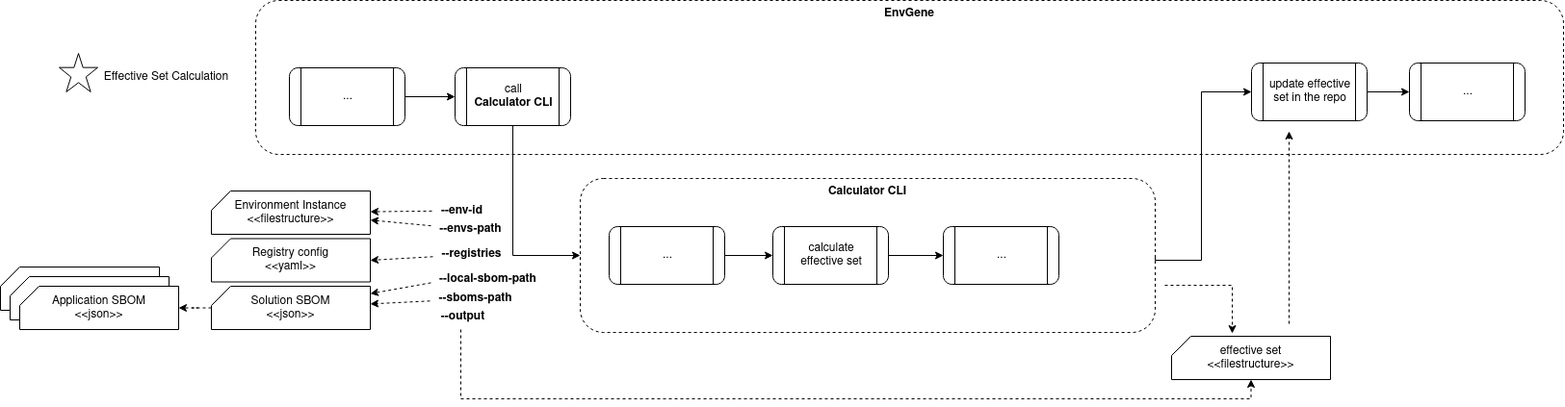
Before: docs/images/effective-set-calculation.png, a diagram exported from draw.io (popoveugene/qubership-envgene). Source tidied: cells renumbered, new cells last; positions are measured from the earlier drawing's top-left corner, leaving out a move shared by most shapes.
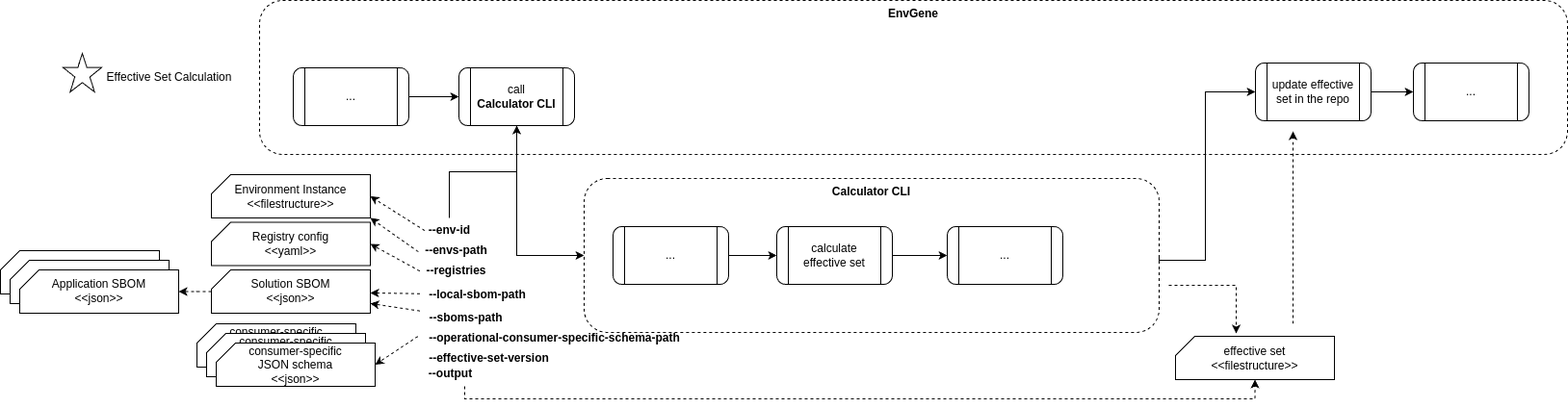
The same diagram one commit later.

Change to the diagram source:
```diff
@@ -24,7 +24,7 @@
       </mxGeometry>
     </mxCell>
     <mxCell id="7" value="&lt;div&gt;Registry config&lt;/div&gt;&lt;div&gt;&amp;lt;&amp;lt;yaml&amp;gt;&amp;gt;&lt;br&gt;&lt;/div&gt;" style="shape=card;whiteSpace=wrap;html=1;size=20;" parent="1" vertex="1">
-      <mxGeometry x="219" y="247.5" width="165" height="45" as="geometry" />
+      <mxGeometry x="215" y="230.5" width="165" height="45" as="geometry" />
     </mxCell>
     <mxCell id="8" style="edgeStyle=orthogonalEdgeStyle;rounded=0;jettySize=auto;html=1;exitX=0.5;exitY=1;exitDx=0;exitDy=0;entryX=0;entryY=0.5;entryDx=0;entryDy=0;" parent="1" edge="1" source="9" target="3">
       <mxGeometry relative="1" as="geometry" />
@@ -39,7 +39,7 @@
       <mxGeometry x="300" y="70" width="120" height="60" as="geometry" />
     </mxCell>
     <mxCell id="12" value="&lt;b&gt;--output&lt;/b&gt;" style="text;html=1;align=center;verticalAlign=middle;points=[];strokeColor=none;fillColor=none;" parent="1" vertex="1">
-      <mxGeometry x="448" y="316" width="63" height="26" as="geometry" />
+      <mxGeometry x="431.5" y="375" width="63" height="26" as="geometry" />
     </mxCell>
     <mxCell id="13" style="edgeStyle=orthogonalEdgeStyle;rounded=0;jettySize=auto;html=1;" parent="1" edge="1" source="14" target="23">
       <mxGeometry relative="1" as="geometry" />
@@ -53,49 +53,52 @@
     <mxCell id="16" style="verticalLabelPosition=bottom;verticalAlign=top;html=1;shape=mxgraph.basic.star;" parent="1" vertex="1">
       <mxGeometry x="61" y="55" width="40" height="40" as="geometry" />
     </mxCell>
-    <mxCell id="17" style="rounded=0;jettySize=auto;html=1;dashed=1;" parent="1" edge="1" source="18" target="24">
+    <mxCell id="17" style="rounded=0;jettySize=auto;html=1;dashed=1;exitX=0.081;exitY=0.506;exitDx=0;exitDy=0;exitPerimeter=0;entryX=1;entryY=0.5;entryDx=0;entryDy=0;entryPerimeter=0;" parent="1" edge="1" source="18" target="24">
       <mxGeometry relative="1" as="geometry" />
     </mxCell>
+    <mxCell id="41" style="edgeStyle=orthogonalEdgeStyle;rounded=0;jettySize=auto;html=1;" parent="1" edge="1" source="18" target="9">
+      <mxGeometry relative="1" as="geometry" />
+    </mxCell>
     <mxCell id="18" value="&lt;b&gt;--env-id&lt;/b&gt;" style="text;html=1;align=center;verticalAlign=middle;points=[];strokeColor=none;fillColor=none;" parent="1" vertex="1">
-      <mxGeometry x="448" y="205.5" width="61" height="26" as="geometry" />
+      <mxGeometry x="431.5" y="226" width="61" height="26" as="geometry" />
     </mxCell>
     <mxCell id="19" value="&lt;b&gt;--envs-path&lt;/b&gt;" style="text;html=1;align=center;verticalAlign=middle;points=[];strokeColor=none;fillColor=none;" parent="1" vertex="1">
-      <mxGeometry x="447" y="225" width="82" height="26" as="geometry" />
+      <mxGeometry x="428" y="247.2" width="82" height="26" as="geometry" />
     </mxCell>
     <mxCell id="20" value="&lt;b&gt;--local-sbom-path&lt;/b&gt;" style="text;html=1;align=center;verticalAlign=middle;points=[];strokeColor=none;fillColor=none;" parent="1" vertex="1">
-      <mxGeometry x="446" y="277" width="119" height="26" as="geometry" />
+      <mxGeometry x="431.5" y="292.8" width="119" height="26" as="geometry" />
     </mxCell>
-    <mxCell id="21" style="rounded=0;jettySize=auto;html=1;dashed=1;" parent="1" edge="1" source="19" target="24">
+    <mxCell id="21" style="rounded=0;jettySize=auto;html=1;dashed=1;exitX=0.022;exitY=0.535;exitDx=0;exitDy=0;exitPerimeter=0;entryX=1;entryY=1;entryDx=0;entryDy=0;entryPerimeter=0;" parent="1" edge="1" source="19" target="24">
       <mxGeometry relative="1" as="geometry" />
     </mxCell>
     <mxCell id="22" value="&lt;b&gt;--registries&lt;/b&gt;" style="text;html=1;align=center;verticalAlign=middle;points=[];strokeColor=none;fillColor=none;" parent="1" vertex="1">
-      <mxGeometry x="449" y="251" width="80" height="26" as="geometry" />
+      <mxGeometry x="429" y="267.8" width="80" height="26" as="geometry" />
     </mxCell>
     <mxCell id="23" value="..." style="rounded=1;whiteSpace=wrap;html=1;shape=process;backgroundOutline=1;" parent="1" vertex="1">
       <mxGeometry x="1463" y="65" width="120" height="60" as="geometry" />
     </mxCell>
     <mxCell id="24" value="&lt;div&gt;Environment Instance&lt;/div&gt;&lt;div&gt;&amp;lt;&amp;lt;filestructure&amp;gt;&amp;gt;&lt;br&gt;&lt;/div&gt;" style="shape=card;whiteSpace=wrap;html=1;size=20;" parent="1" vertex="1">
-      <mxGeometry x="219" y="198" width="165" height="45" as="geometry" />
+      <mxGeometry x="215" y="181" width="165" height="45" as="geometry" />
     </mxCell>
     <mxCell id="25" style="edgeStyle=orthogonalEdgeStyle;rounded=0;jettySize=auto;html=1;dashed=1;" parent="1" edge="1" source="26" target="29">
       <mxGeometry relative="1" as="geometry" />
     </mxCell>
     <mxCell id="26" value="&lt;div&gt;Solution SBOM&lt;/div&gt;&lt;div&gt;&amp;lt;&amp;lt;json&amp;gt;&amp;gt;&lt;br&gt;&lt;/div&gt;" style="shape=card;whiteSpace=wrap;html=1;size=20;" parent="1" vertex="1">
-      <mxGeometry x="219" y="297" width="165" height="45" as="geometry" />
+      <mxGeometry x="215" y="280" width="165" height="45" as="geometry" />
     </mxCell>
     <mxCell id="27" value="&amp;lt;&amp;lt;Application SBOM&amp;gt;&amp;gt;" style="shape=card;whiteSpace=wrap;html=1;size=20;" parent="1" vertex="1">
-      <mxGeometry y="277" width="165" height="45" as="geometry" />
+      <mxGeometry x="-4" y="260" width="165" height="45" as="geometry" />
     </mxCell>
     <mxCell id="28" value="&amp;lt;&amp;lt;Application SBOM&amp;gt;&amp;gt;" style="shape=card;whiteSpace=wrap;html=1;size=20;" parent="1" vertex="1">
-      <mxGeometry x="10" y="287" width="165" height="45" as="geometry" />
+      <mxGeometry x="6" y="270" width="165" height="45" as="geometry" />
     </mxCell>
     <mxCell id="29" value="&lt;div&gt;Application SBOM&lt;/div&gt;&lt;div&gt;&amp;lt;&amp;lt;json&amp;gt;&amp;gt;&lt;br&gt;&lt;/div&gt;" style="shape=card;whiteSpace=wrap;html=1;size=20;" parent="1" vertex="1">
-      <mxGeometry x="20" y="297" width="165" height="45" as="geometry" />
+      <mxGeometry x="16" y="280" width="165" height="45" as="geometry" />
     </mxCell>
-    <mxCell id="30" style="rounded=0;jettySize=auto;html=1;entryX=1;entryY=0.5;entryDx=0;entryDy=0;entryPerimeter=0;dashed=1;" parent="1" edge="1" source="22" target="7">
+    <mxCell id="30" style="rounded=0;jettySize=auto;html=1;entryX=1;entryY=0.5;entryDx=0;entryDy=0;entryPerimeter=0;dashed=1;exitX=0.029;exitY=0.518;exitDx=0;exitDy=0;exitPerimeter=0;" parent="1" edge="1" source="22" target="7">
       <mxGeometry relative="1" as="geometry" />
     </mxCell>
-    <mxCell id="31" style="rounded=0;jettySize=auto;html=1;dashed=1;exitX=0.008;exitY=0.631;exitDx=0;exitDy=0;exitPerimeter=0;" parent="1" edge="1" source="20" target="26">
+    <mxCell id="31" style="rounded=0;jettySize=auto;html=1;dashed=1;" parent="1" edge="1" source="20" target="26">
       <mxGeometry relative="1" as="geometry" />
     </mxCell>
     <mxCell id="32" value="..." style="rounded=1;whiteSpace=wrap;html=1;shape=process;backgroundOutline=1;" parent="1" vertex="1">
@@ -134,10 +137,28 @@
       </mxGeometry>
     </mxCell>
     <mxCell id="39" value="&lt;b&gt;--sboms-path&lt;/b&gt;" style="text;html=1;align=center;verticalAlign=middle;points=[];strokeColor=none;fillColor=none;" parent="1" vertex="1">
-      <mxGeometry x="446" y="297" width="94" height="26" as="geometry" />
+      <mxGeometry x="431.5" y="316.8" width="94" height="26" as="geometry" />
     </mxCell>
     <mxCell id="40" style="rounded=0;jettySize=auto;html=1;dashed=1;" parent="1" edge="1" source="39" target="26">
       <mxGeometry relative="1" as="geometry" />
     </mxCell>
+    <mxCell id="42" value="&lt;code&gt;&lt;b&gt;&lt;font face=&quot;Helvetica&quot;&gt;--effective-set-version&lt;/font&gt;&lt;/b&gt;&lt;/code&gt;" style="text;html=1;align=center;verticalAlign=middle;strokeColor=none;fillColor=none;" parent="1" vertex="1">
+      <mxGeometry x="431.5" y="358.5" width="143" height="26" as="geometry" />
+    </mxCell>
+    <mxCell id="43" value="&lt;code&gt;&lt;b&gt;&lt;font face=&quot;Helvetica&quot;&gt;--operational-consumer-specific-schema-path&lt;/font&gt;&lt;/b&gt;&lt;/code&gt;" style="text;html=1;align=center;verticalAlign=middle;points=[];strokeColor=none;fillColor=none;" parent="1" vertex="1">
+      <mxGeometry x="431.5" y="337.8" width="279" height="26" as="geometry" />
+    </mxCell>
+    <mxCell id="44" value="&lt;div&gt;&lt;span style=&quot;background-color: transparent; color: light-dark(rgb(0, 0, 0), rgb(255, 255, 255));&quot;&gt;сonsumer-specific&lt;/span&gt;&lt;/div&gt;&lt;div&gt;&lt;span style=&quot;background-color: transparent; color: light-dark(rgb(0, 0, 0), rgb(255, 255, 255));&quot;&gt;JSON schema&lt;/span&gt;&lt;/div&gt;&lt;div&gt;&lt;span style=&quot;background-color: transparent; color: light-dark(rgb(0, 0, 0), rgb(255, 255, 255));&quot;&gt;&amp;lt;&amp;lt;json&amp;gt;&amp;gt;&lt;/span&gt;&lt;/div&gt;" style="shape=card;whiteSpace=wrap;html=1;size=20;" parent="1" vertex="1">
+      <mxGeometry x="200" y="336" width="165" height="45" as="geometry" />
+    </mxCell>
+    <mxCell id="45" value="&lt;div&gt;&lt;span style=&quot;background-color: transparent; color: light-dark(rgb(0, 0, 0), rgb(255, 255, 255));&quot;&gt;сonsumer-specific&lt;/span&gt;&lt;/div&gt;&lt;div&gt;&lt;span style=&quot;background-color: transparent; color: light-dark(rgb(0, 0, 0), rgb(255, 255, 255));&quot;&gt;JSON schema&lt;/span&gt;&lt;/div&gt;&lt;div&gt;&lt;span style=&quot;background-color: transparent; color: light-dark(rgb(0, 0, 0), rgb(255, 255, 255));&quot;&gt;&amp;lt;&amp;lt;json&amp;gt;&amp;gt;&lt;/span&gt;&lt;/div&gt;" style="shape=card;whiteSpace=wrap;html=1;size=20;" parent="1" vertex="1">
+      <mxGeometry x="210" y="346" width="165" height="45" as="geometry" />
+    </mxCell>
+    <mxCell id="46" value="&lt;div&gt;&lt;span style=&quot;background-color: transparent; color: light-dark(rgb(0, 0, 0), rgb(255, 255, 255));&quot;&gt;сonsumer-specific&lt;/span&gt;&lt;/div&gt;&lt;div&gt;&lt;span style=&quot;background-color: transparent; color: light-dark(rgb(0, 0, 0), rgb(255, 255, 255));&quot;&gt;JSON schema&lt;/span&gt;&lt;/div&gt;&lt;div&gt;&lt;span style=&quot;background-color: transparent; color: light-dark(rgb(0, 0, 0), rgb(255, 255, 255));&quot;&gt;&amp;lt;&amp;lt;json&amp;gt;&amp;gt;&lt;/span&gt;&lt;/div&gt;" style="shape=card;whiteSpace=wrap;html=1;size=20;" parent="1" vertex="1">
+      <mxGeometry x="220" y="356" width="165" height="45" as="geometry" />
+    </mxCell>
+    <mxCell id="47" style="rounded=0;jettySize=auto;html=1;entryX=1;entryY=0.5;entryDx=0;entryDy=0;entryPerimeter=0;dashed=1;exitX=-0.008;exitY=0.437;exitDx=0;exitDy=0;exitPerimeter=0;" parent="1" edge="1" source="43" target="46">
+      <mxGeometry relative="1" as="geometry" />
+    </mxCell>
   </root>
 </mxGraphModel>
```
